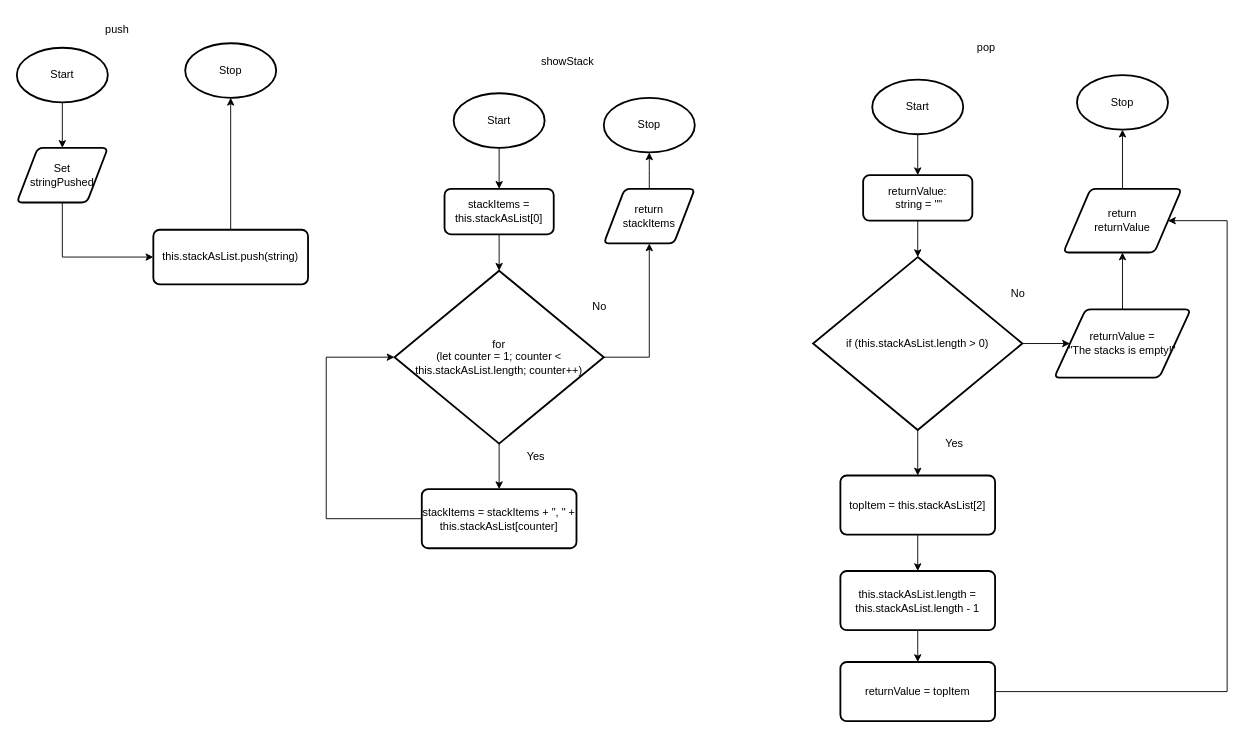
Before: Unit2-02/design/flowchart.drawio in Kenny-Le-281/ICS4U-Unit2-Kenny-Le, a draw.io diagram. Source tidied: cells renumbered, new cells numbered last; positions are measured from the earlier drawing's top-left corner, leaving out a move shared by most shapes. Both pictures are drawn from the tidied source at 91%, with x=0, y=0 at pixel (16, 15).
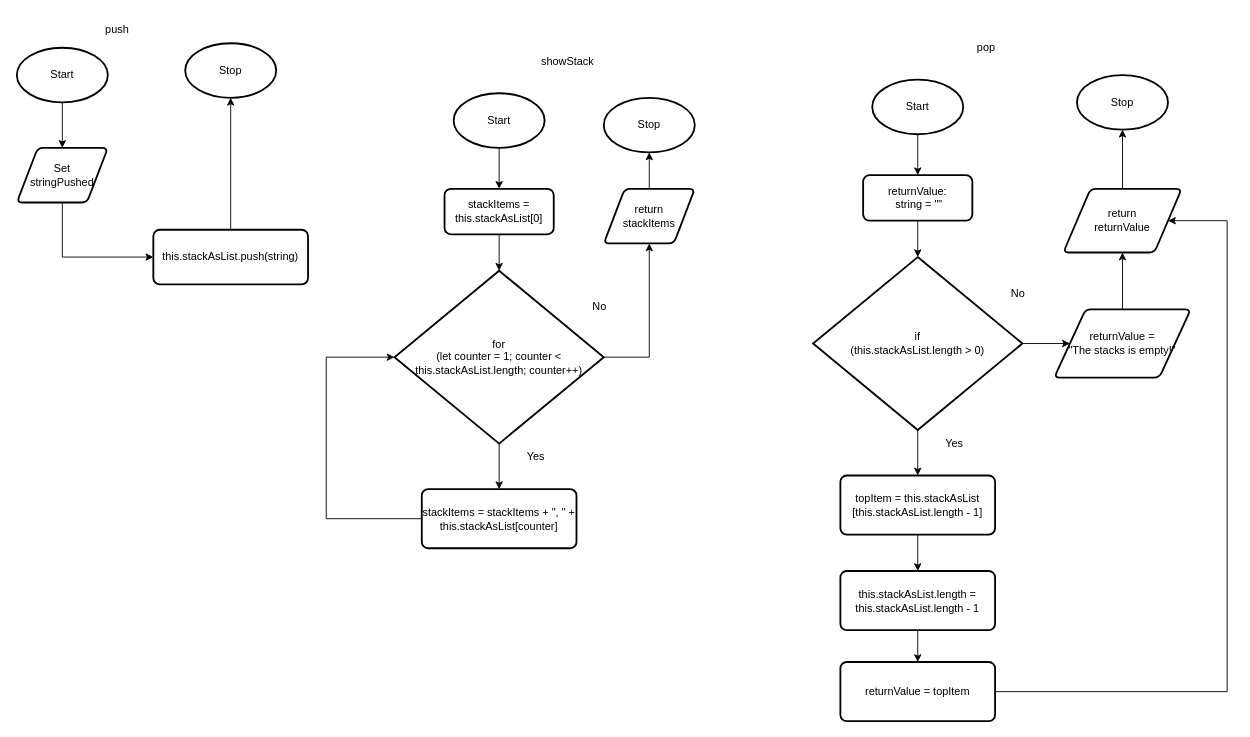
Above is the later version.

Diff of the diagram source:
```diff
@@
-    <mxCell id="32" value="&lt;span style=&quot;font-size: 12px;&quot;&gt;if (this.stackAsList.length &amp;gt; 0)&lt;/span&gt;" style="strokeWidth=2;html=1;shape=mxgraph.flowchart.decision;whiteSpace=wrap;fontSize=6;" parent="1" vertex="1">
+    <mxCell id="32" value="&lt;span style=&quot;font-size: 12px;&quot;&gt;if &lt;br&gt;(this.stackAsList.length &amp;gt; 0)&lt;/span&gt;" style="strokeWidth=2;html=1;shape=mxgraph.flowchart.decision;whiteSpace=wrap;fontSize=6;" parent="1" vertex="1">
       <mxGeometry x="875" y="265" width="230" height="190" as="geometry" />
     </mxCell>
@@
-    <mxCell id="34" value="topItem = this.stackAsList[2]" style="rounded=1;whiteSpace=wrap;html=1;absoluteArcSize=1;arcSize=14;strokeWidth=2;fontSize=12;" parent="1" vertex="1">
+    <mxCell id="34" value="topItem = this.stackAsList&lt;br&gt;[this.stackAsList.length - 1]" style="rounded=1;whiteSpace=wrap;html=1;absoluteArcSize=1;arcSize=14;strokeWidth=2;fontSize=12;" parent="1" vertex="1">
       <mxGeometry x="905" y="505" width="170" height="65" as="geometry" />
     </mxCell>
```
